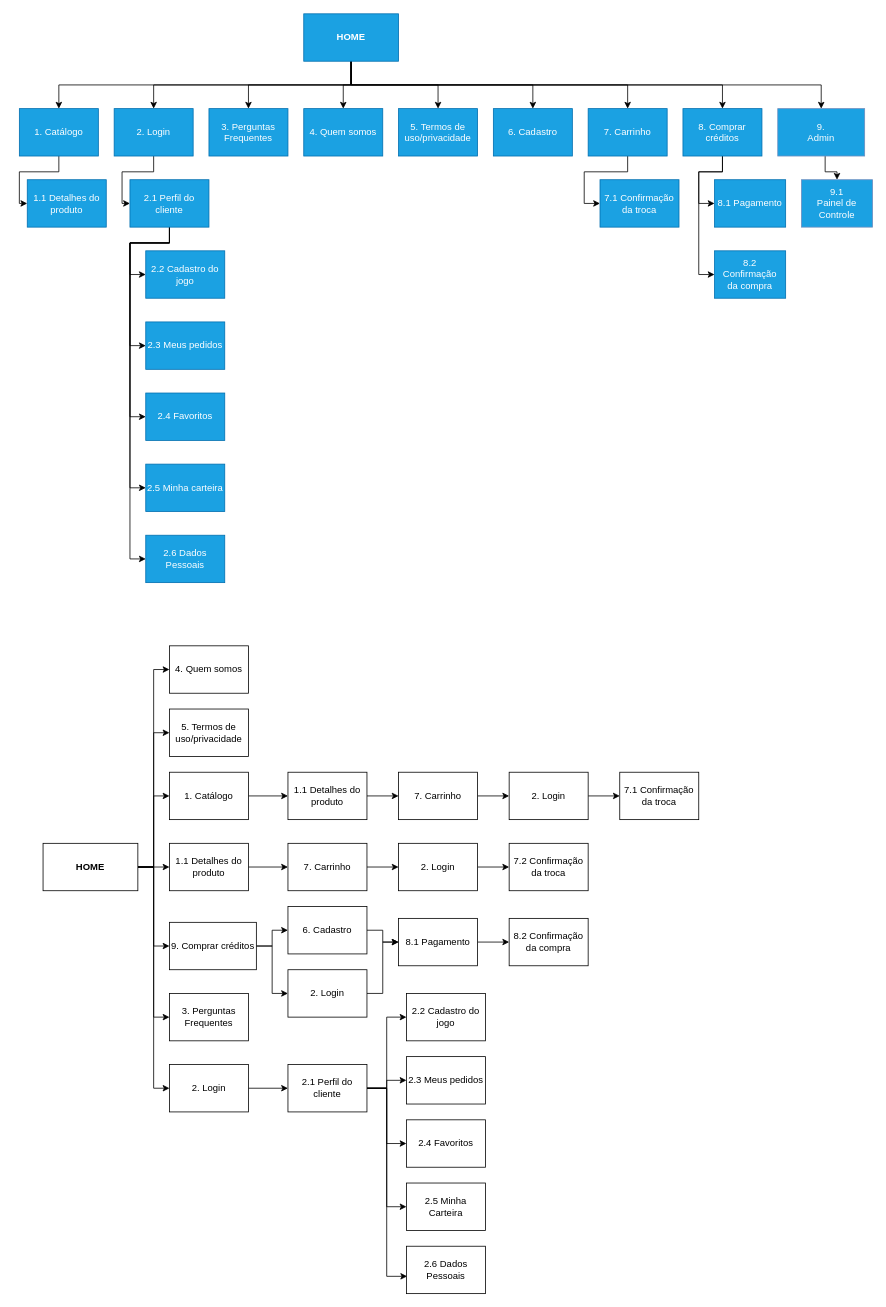
This is page "Site map" (1 of 22) of wireframe.drawio from pdaambrosio/dh_group_5, a draw.io file, before an edit. Source tidied: cells renumbered, new cells numbered last; positions are measured from the earlier drawing's top-left corner, leaving out a move shared by most shapes. Both pictures are drawn from the tidied source at 79%, with x=0, y=0 at pixel (19, 13).
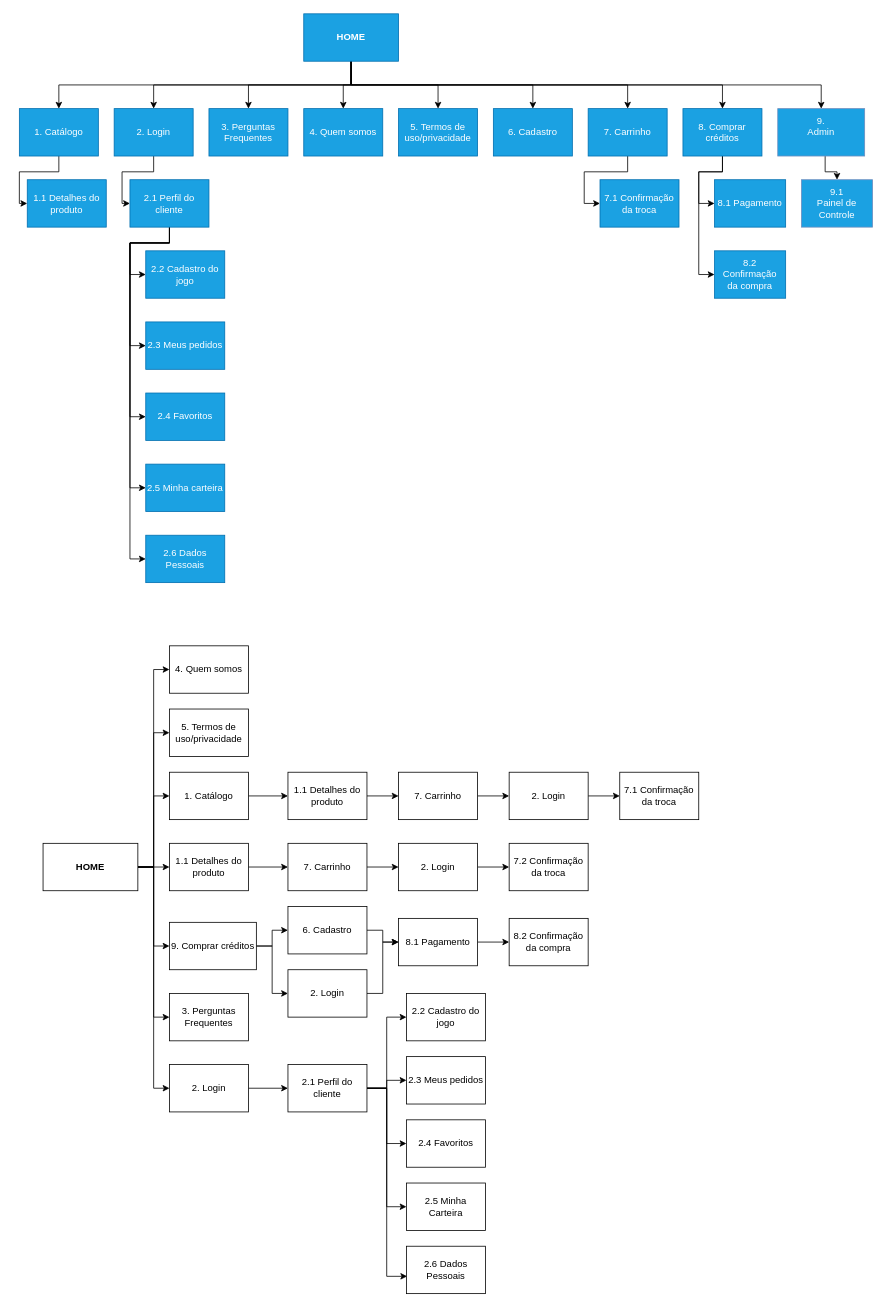
After the change.

Change to the diagram source:
```diff
@@
-    <mxCell id="33" value="&lt;font color=&quot;#ffffff&quot;&gt;9. &lt;br&gt;Admin&lt;/font&gt;" style="rounded=0;whiteSpace=wrap;html=1;strokeColor=#6c8ebf;fillColor=#1BA1E2;" parent="1" vertex="1">
+    <mxCell id="33" value="&lt;font color=&quot;#ffffff&quot;&gt;9. &lt;br&gt;Admin&lt;br&gt;&lt;br&gt;&lt;/font&gt;" style="rounded=0;whiteSpace=wrap;html=1;strokeColor=#6c8ebf;fillColor=#1BA1E2;" parent="1" vertex="1">
       <mxGeometry x="960" y="120" width="110" height="60" as="geometry" />
     </mxCell>
```
